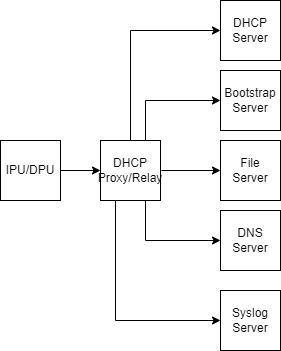
This is architecture/sZTP-components.png from tedstreete/opi-prov-life, a draw.io export, as it was before one commit. Source tidied: cells renumbered, new cells last; positions are measured from the earlier drawing's top-left corner, leaving out a move shared by most shapes.
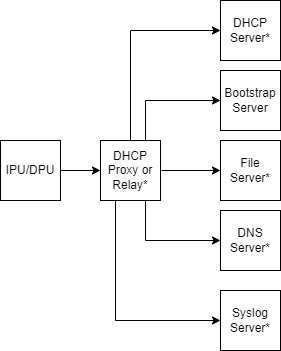
Above is the later version.

Commit message:
provisioning: add monitoring and configuration steps

The edit, as a diff of the source:
```diff
@@ -25,22 +25,22 @@
     <mxCell id="8" style="edgeStyle=orthogonalEdgeStyle;rounded=0;jettySize=auto;html=1;exitX=0.25;exitY=1;exitDx=0;exitDy=0;entryX=0;entryY=0.5;entryDx=0;entryDy=0;" parent="1" edge="1" source="9" target="11">
       <mxGeometry relative="1" as="geometry" />
     </mxCell>
-    <mxCell id="9" value="DHCP&lt;br&gt;Proxy/Relay" style="whiteSpace=wrap;html=1;" parent="1" vertex="1">
+    <mxCell id="9" value="DHCP&lt;br&gt;Proxy or&lt;br&gt;Relay*" style="whiteSpace=wrap;html=1;" parent="1" vertex="1">
       <mxGeometry x="100" y="140" width="60" height="60" as="geometry" />
     </mxCell>
-    <mxCell id="10" value="DHCP&lt;br&gt;Server" style="whiteSpace=wrap;html=1;" parent="1" vertex="1">
+    <mxCell id="10" value="DHCP&lt;br&gt;Server*" style="whiteSpace=wrap;html=1;" parent="1" vertex="1">
       <mxGeometry x="220" width="60" height="60" as="geometry" />
     </mxCell>
-    <mxCell id="11" value="Syslog&lt;br&gt;Server" style="whiteSpace=wrap;html=1;" parent="1" vertex="1">
+    <mxCell id="11" value="Syslog&lt;br&gt;Server*" style="whiteSpace=wrap;html=1;" parent="1" vertex="1">
       <mxGeometry x="220" y="290" width="60" height="60" as="geometry" />
     </mxCell>
     <mxCell id="12" value="Bootstrap&lt;br&gt;Server" style="whiteSpace=wrap;html=1;" parent="1" vertex="1">
       <mxGeometry x="220" y="70" width="60" height="60" as="geometry" />
     </mxCell>
-    <mxCell id="13" value="File&lt;br&gt;Server" style="whiteSpace=wrap;html=1;" parent="1" vertex="1">
+    <mxCell id="13" value="File&lt;br&gt;Server*" style="whiteSpace=wrap;html=1;" parent="1" vertex="1">
       <mxGeometry x="220" y="140" width="60" height="60" as="geometry" />
     </mxCell>
-    <mxCell id="14" value="DNS&lt;br&gt;Server" style="whiteSpace=wrap;html=1;" parent="1" vertex="1">
+    <mxCell id="14" value="DNS&lt;br&gt;Server*" style="whiteSpace=wrap;html=1;" parent="1" vertex="1">
       <mxGeometry x="220" y="210" width="60" height="60" as="geometry" />
     </mxCell>
   </root>
```
